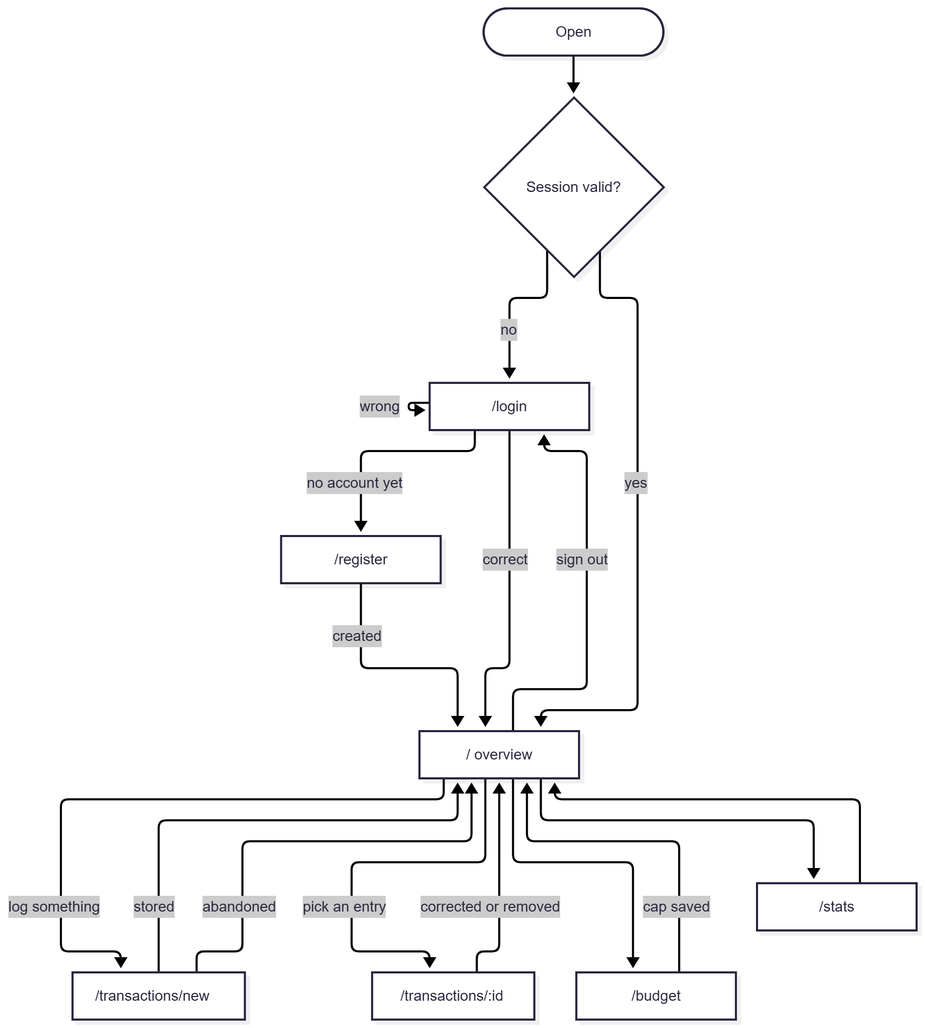
Earlier version of the Mermaid export docs/images/flow.png (SE-FDA-NEU/G5_AI66A_SE). Its source is kept beside it as docs/images/flow.mmd.
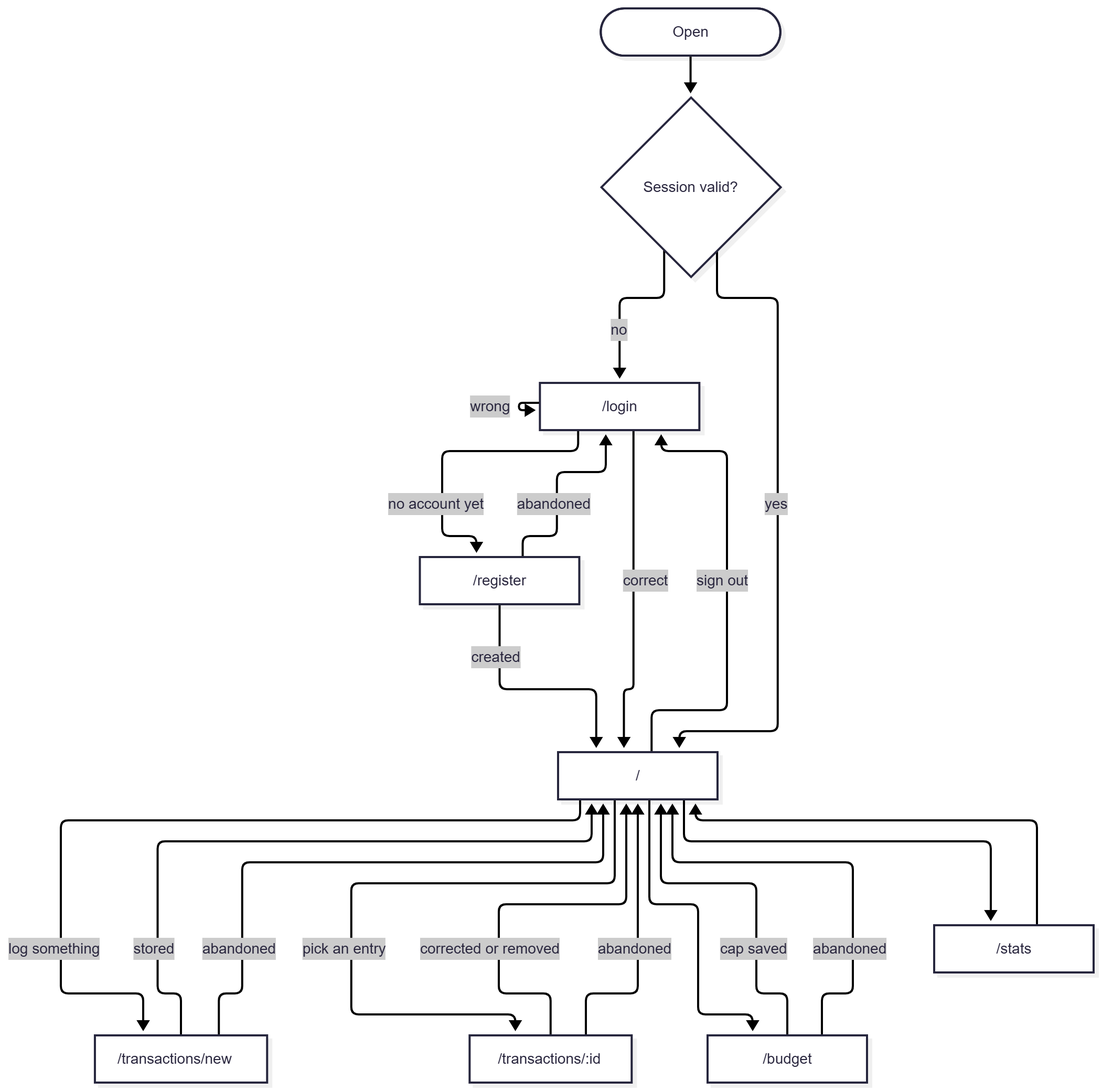
After the commit.

Commit message:
fix(docs): update flow diagram routes and return paths

Refs #31

The edit, as a diff of the source:
```diff
@@ -1,11 +1,14 @@
 flowchart TD
-Start([Open]) --> Check{Session valid?}
-Check -- no --> Login["/login"]
-Check -- yes --> Home
+    Start([Open]) --> Check{Session valid?}
+
+    Check -- no --> Login["/login"]
+    Check -- yes --> Home["/"]
 
     Login -- "no account yet" --> Register["/register"]
     Register -- created --> Home
-    Login -- correct --> Home["/ overview"]
+    Register -- abandoned --> Login
+
+    Login -- correct --> Home
     Login -- wrong --> Login
 
     Home -- "log something" --> New["/transactions/new"]
@@ -14,9 +17,11 @@
 
     Home -- "pick an entry" --> Edit["/transactions/:id"]
     Edit -- "corrected or removed" --> Home
+    Edit -- abandoned --> Home
 
     Home --> Budget["/budget"]
     Budget -- "cap saved" --> Home
+    Budget -- "abandoned" --> Home
 
     Home --> Stats["/stats"]
     Stats --> Home
```
